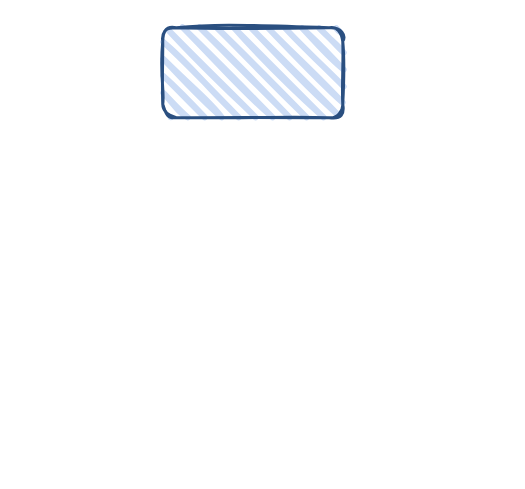
This is 未命名绘图.drawio from Zhang-BigSmart/tutorial, a draw.io file, before an edit. Source tidied: cells renumbered, new cells numbered last; positions are measured from the earlier drawing's top-left corner, leaving out a move shared by most shapes. Both pictures are drawn from the tidied source at 150%, with x=0, y=0 at pixel (162, 27).
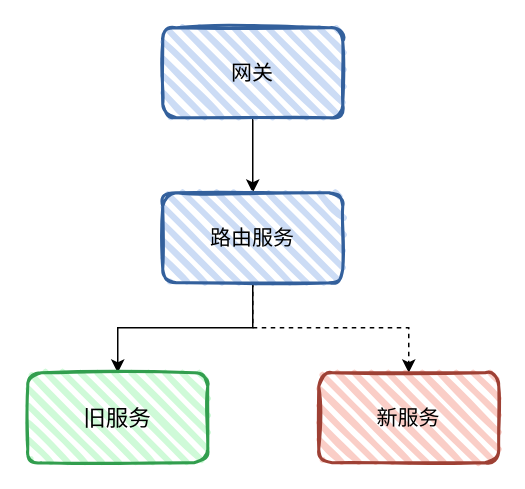
The same page after the edit.

The edit, as a diff of the source:
```diff
@@
 <mxGraphModel>
   <root>
     <mxCell id="0" />
     <mxCell id="1" parent="0" />
+    <mxCell id="3" style="edgeStyle=orthogonalEdgeStyle;rounded=0;jettySize=auto;html=1;exitX=0.5;exitY=1;exitDx=0;exitDy=0;entryX=0.5;entryY=0;entryDx=0;entryDy=0;fontSize=14;" parent="1" edge="1" source="2" target="6">
+      <mxGeometry relative="1" as="geometry" />
+    </mxCell>
-    <mxCell id="2" style="rounded=1;whiteSpace=wrap;html=1;strokeWidth=2;fillWeight=4;hachureGap=8;hachureAngle=45;fillColor=#CCDCF5;sketch=1;strokeColor=#2A4F80;" parent="1" vertex="1">
+    <mxCell id="2" value="网关" style="rounded=1;whiteSpace=wrap;html=1;strokeWidth=2;fillWeight=4;hachureGap=8;hachureAngle=45;fillColor=#CCDCF5;sketch=1;strokeColor=#33609C;fontSize=14;" parent="1" vertex="1">
       <mxGeometry width="120" height="60" as="geometry" />
     </mxCell>
+    <mxCell id="4" style="edgeStyle=orthogonalEdgeStyle;rounded=0;jettySize=auto;html=1;exitX=0.5;exitY=1;exitDx=0;exitDy=0;fontSize=14;" parent="1" edge="1" source="6" target="7">
+      <mxGeometry relative="1" as="geometry" />
+    </mxCell>
+    <mxCell id="5" style="edgeStyle=orthogonalEdgeStyle;rounded=0;jettySize=auto;html=1;exitX=0.5;exitY=1;exitDx=0;exitDy=0;fontSize=14;dashed=1;" parent="1" edge="1" source="6" target="8">
+      <mxGeometry relative="1" as="geometry" />
+    </mxCell>
+    <mxCell id="6" value="路由服务" style="rounded=1;whiteSpace=wrap;html=1;strokeWidth=2;fillWeight=4;hachureGap=8;hachureAngle=45;fillColor=#CCDCF5;sketch=1;strokeColor=#33609C;fontSize=14;" parent="1" vertex="1">
+      <mxGeometry y="110" width="120" height="60" as="geometry" />
+    </mxCell>
+    <mxCell id="7" value="旧服务" style="rounded=1;whiteSpace=wrap;html=1;strokeWidth=2;fillWeight=4;hachureGap=8;hachureAngle=45;fillColor=#CFFAD8;sketch=1;strokeColor=#329E4E;fontSize=15;" parent="1" vertex="1">
+      <mxGeometry x="-90" y="230" width="120" height="60" as="geometry" />
+    </mxCell>
+    <mxCell id="8" value="新服务" style="rounded=1;whiteSpace=wrap;html=1;strokeWidth=2;fillWeight=4;hachureGap=8;hachureAngle=45;fillColor=#FACEC7;sketch=1;strokeColor=#9E4034;fontSize=14;" parent="1" vertex="1">
+      <mxGeometry x="104" y="230" width="120" height="60" as="geometry" />
+    </mxCell>
   </root>
 </mxGraphModel>
```
